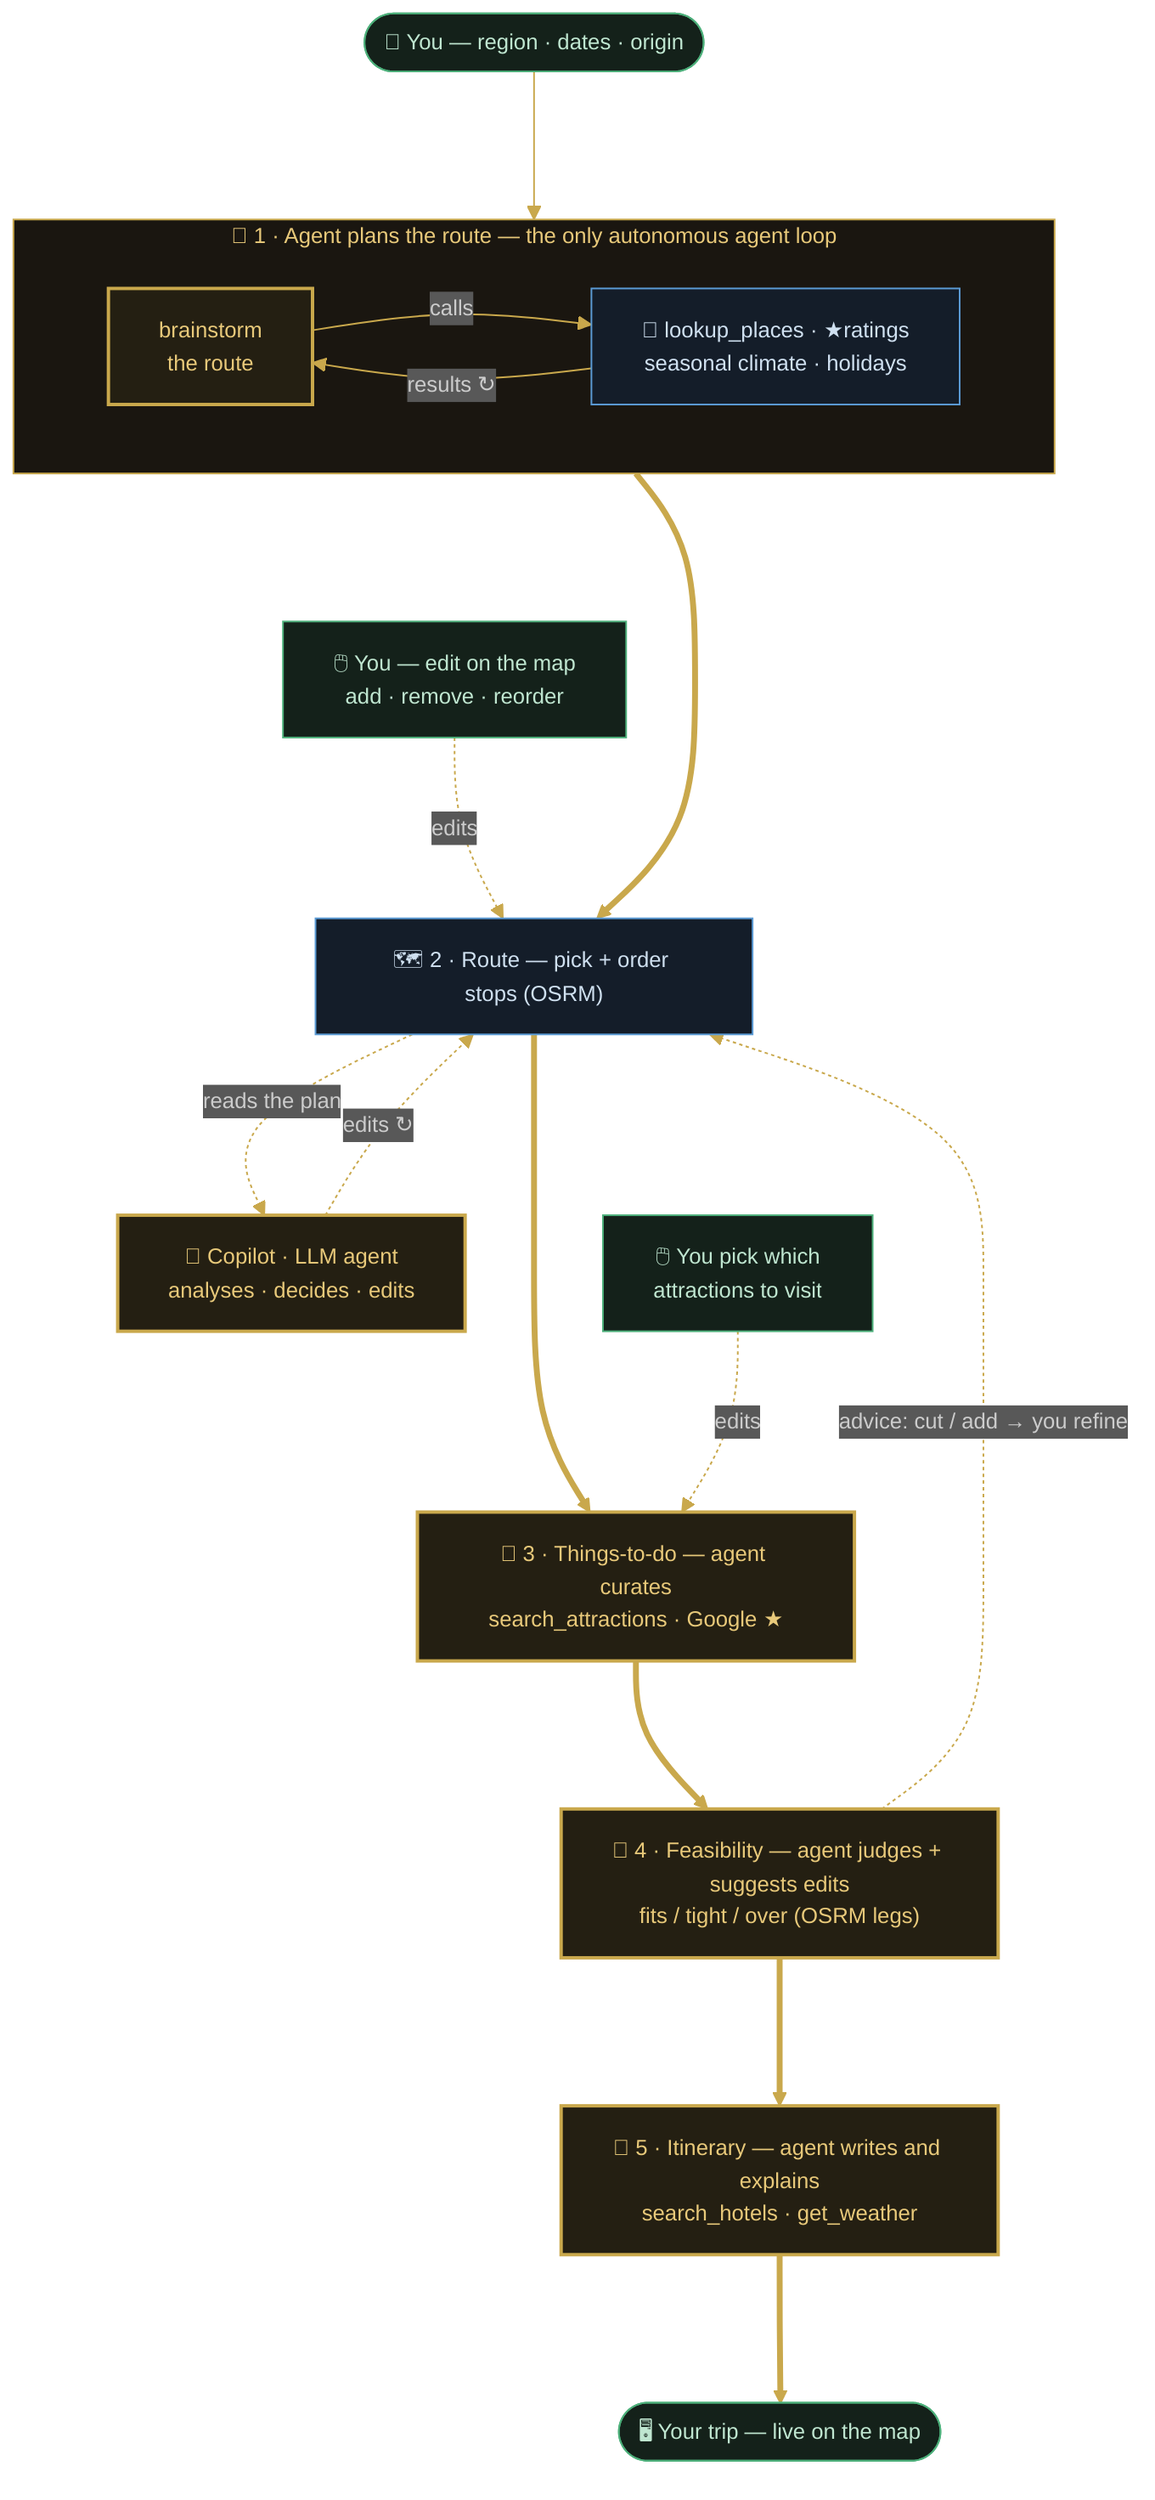
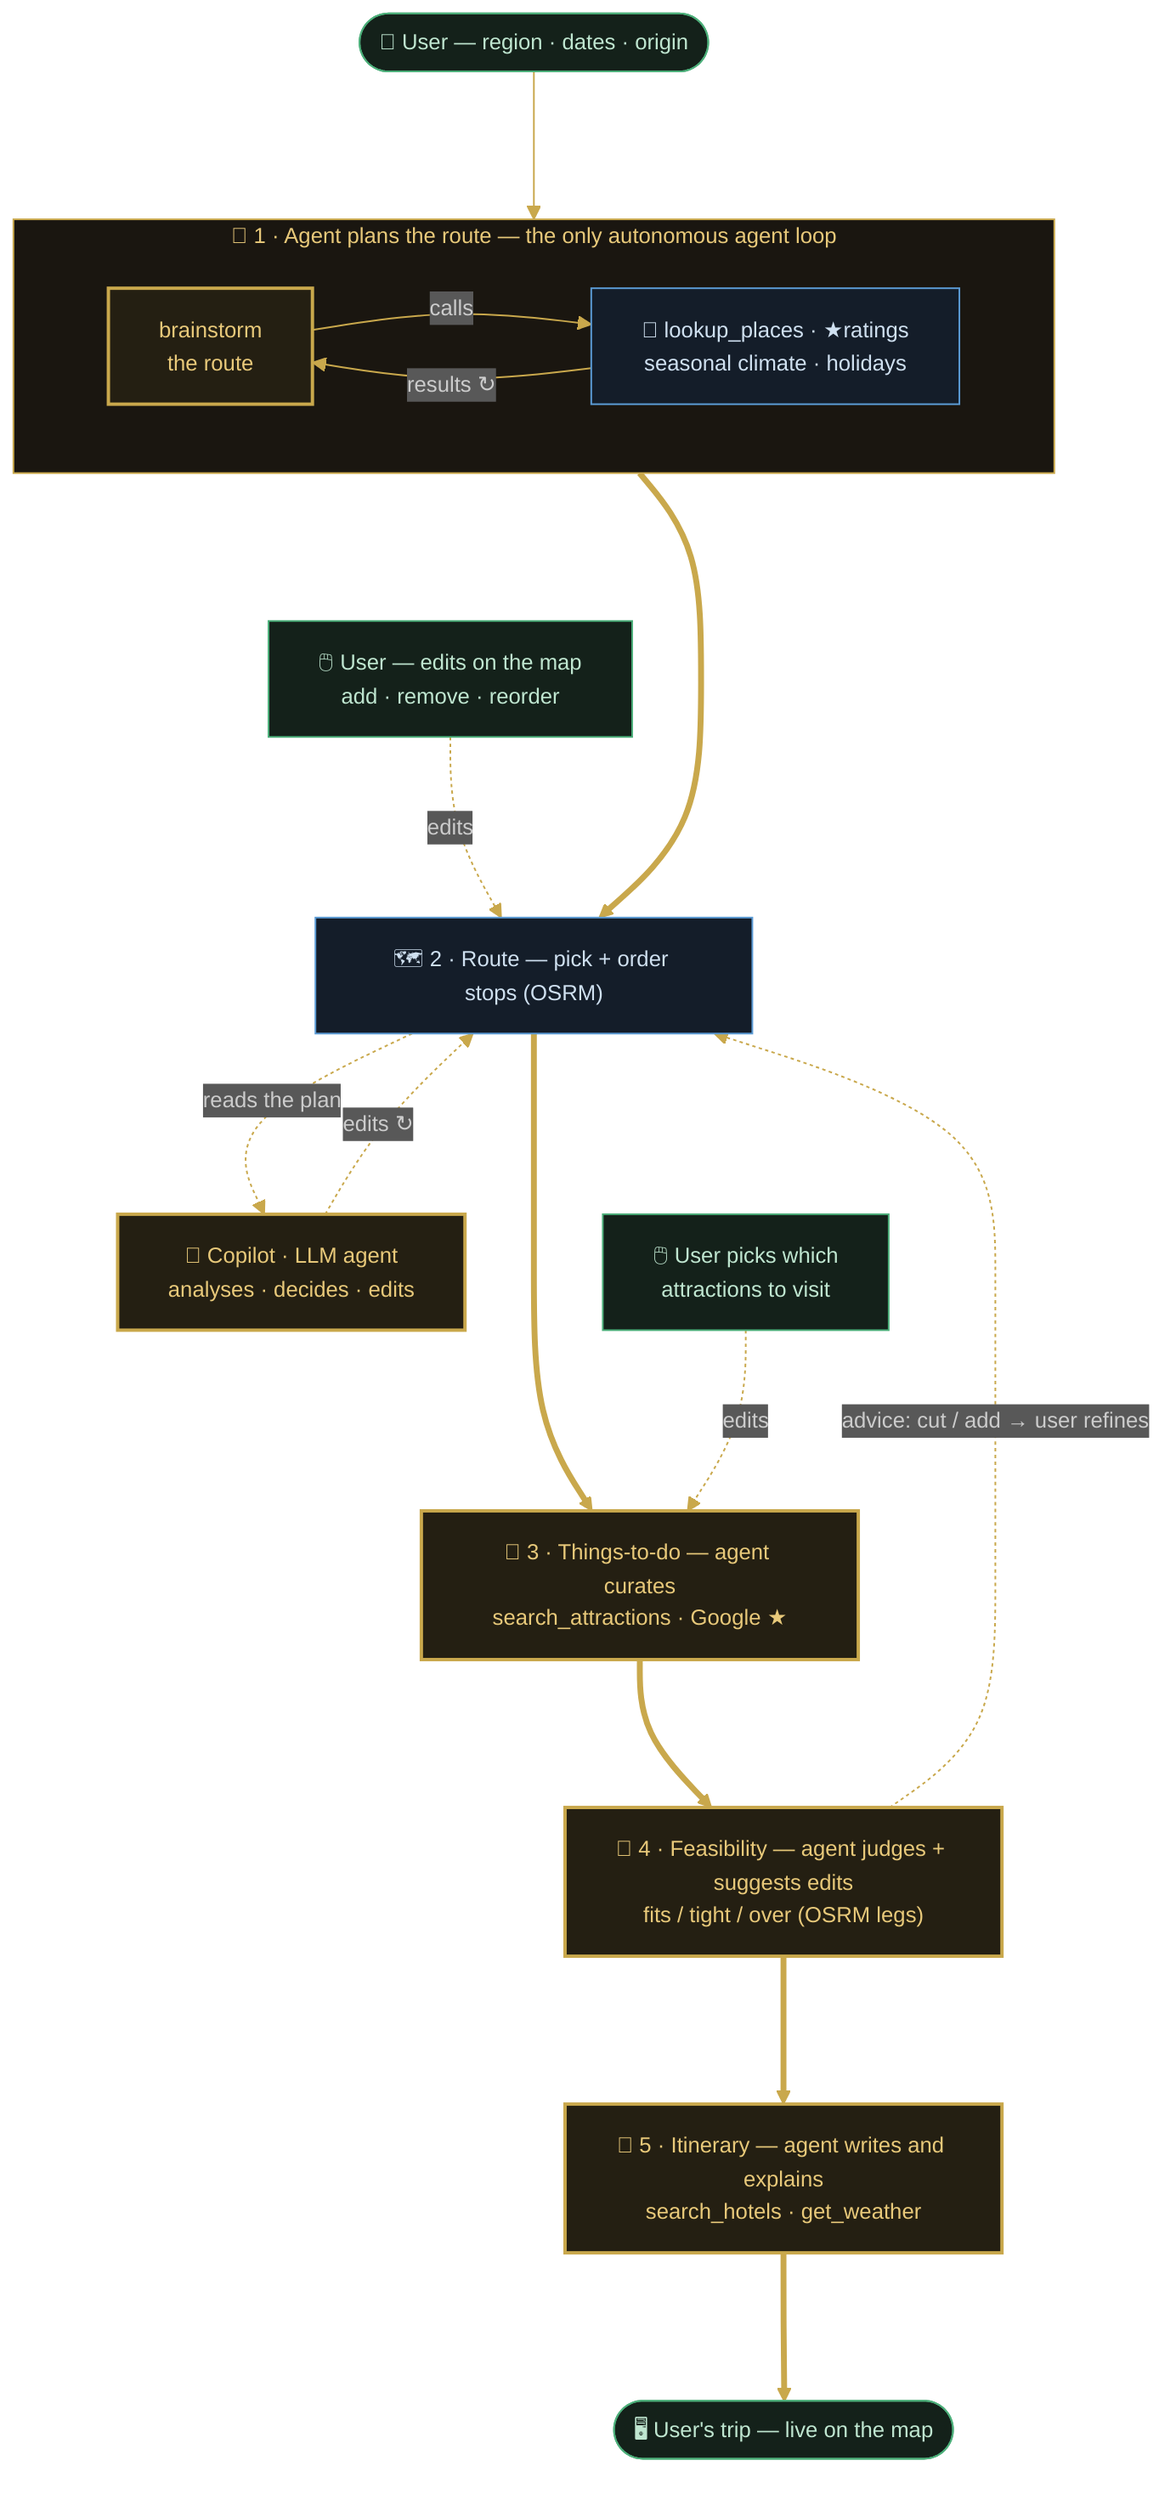
%%{init: {'theme':'dark', 'themeVariables': {'lineColor':'#c9a84c','fontSize':'13px'}, 'flowchart': {'nodeSpacing': 62, 'rankSpacing': 88, 'curve': 'basis'}}}%%
flowchart TB
-     You(["🧳 You — region · dates · origin"]) --> PLAN
+     You(["🧳 User — region · dates · origin"]) --> PLAN

    subgraph PLAN["🧠 1 · Agent plans the route — the only autonomous agent loop"]
      direction LR
      P["brainstorm<br/>the route"] -->|"calls"| TL["🔧 lookup_places · ★ratings<br/>seasonal climate · holidays"]
      TL -->|"results ↻"| P
    end

    PLAN ==> RT["🗺️ 2 · Route — pick + order stops (OSRM)"]
    RT ==> C["📍 3 · Things-to-do — agent curates<br/>search_attractions · Google ★"]
    C ==> F["🧮 4 · Feasibility — agent judges + suggests edits<br/>fits / tight / over (OSRM legs)"]
    F ==> W["📅 5 · Itinerary — agent writes and explains<br/>search_hotels · get_weather"]
-     W ==> M(["🖥️ Your trip — live on the map"])
+     W ==> M(["🖥️ User's trip — live on the map"])

    RT -. "reads the plan" .-> CP["💬 Copilot · LLM agent<br/>analyses · decides · edits"]
    CP -. "edits ↻" .-> RT
-     UI["🖱️ You — edit on the map<br/>add · remove · reorder"] -. "edits" .-> RT
+     UI["🖱️ User — edits on the map<br/>add · remove · reorder"] -. "edits" .-> RT

-     PICK["🖱️ You pick which<br/>attractions to visit"] -. "edits" .-> C
-     F -. "advice: cut / add → you refine" .-> RT
+     PICK["🖱️ User picks which<br/>attractions to visit"] -. "edits" .-> C
+     F -. "advice: cut / add → user refines" .-> RT

    %% invisible layout hints only — no new loops; they seat the side nodes by their targets
    PLAN ~~~ UI
    RT ~~~ PICK

    classDef agent fill:#241f12,stroke:#c9a84c,color:#e8c97a,stroke-width:2px;
    classDef tool fill:#141d29,stroke:#5b9bd5,color:#cfe0f0;
    classDef io fill:#14211a,stroke:#4caf7a,color:#bfe6d0;
    class P,C,F,W,CP agent;
    class TL,RT tool;
    class You,M,UI,PICK io;
    style PLAN fill:#1a1610,stroke:#c9a84c,color:#e8c97a;
